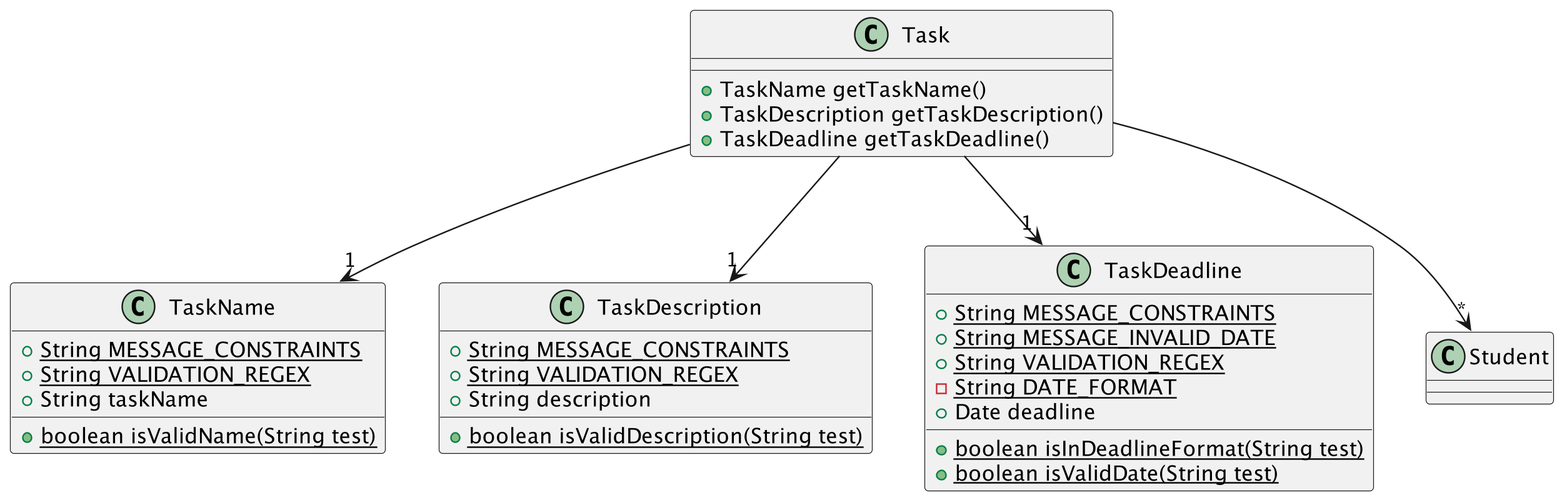
Above: docs/images/TaskClassDiagram.png in nus-cs2103-AY2223S1/tp (PlantUML), before the change.
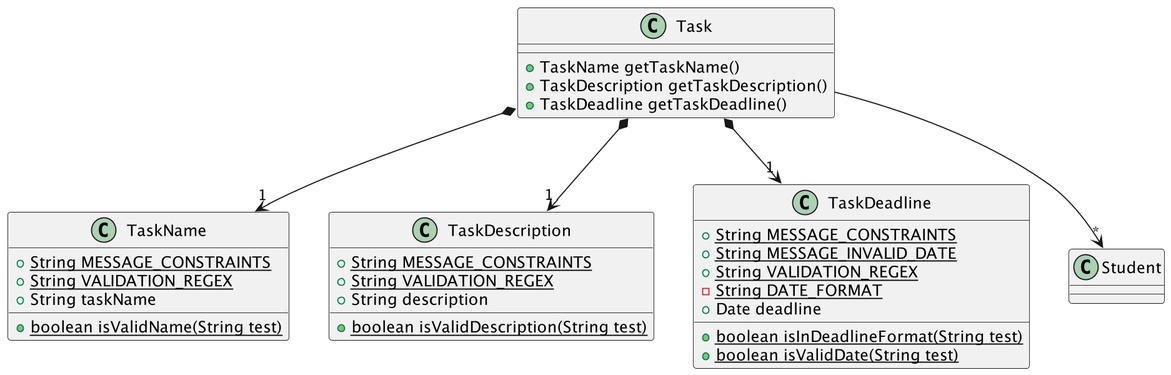
The same diagram one commit later.

Commit message:
Add composition relationship to TaskClassDiagram in DG (#251)

* Update dg

* Update dg

* Fix checkstyle

* Fix issues found in review

* Change size of image

* Add composition relationship to TaskClassDiagram in DG

Change to the diagram source:
```diff
@@ -38,9 +38,9 @@
 }
 
 
-Task --> "1" TaskName
-Task --> "1" TaskDescription
-Task --> "1" TaskDeadline
+Task *--> "1" TaskName
+Task *--> "1" TaskDescription
+Task *--> "1" TaskDeadline
 Task --> "*" Student
 
 @enduml
```
